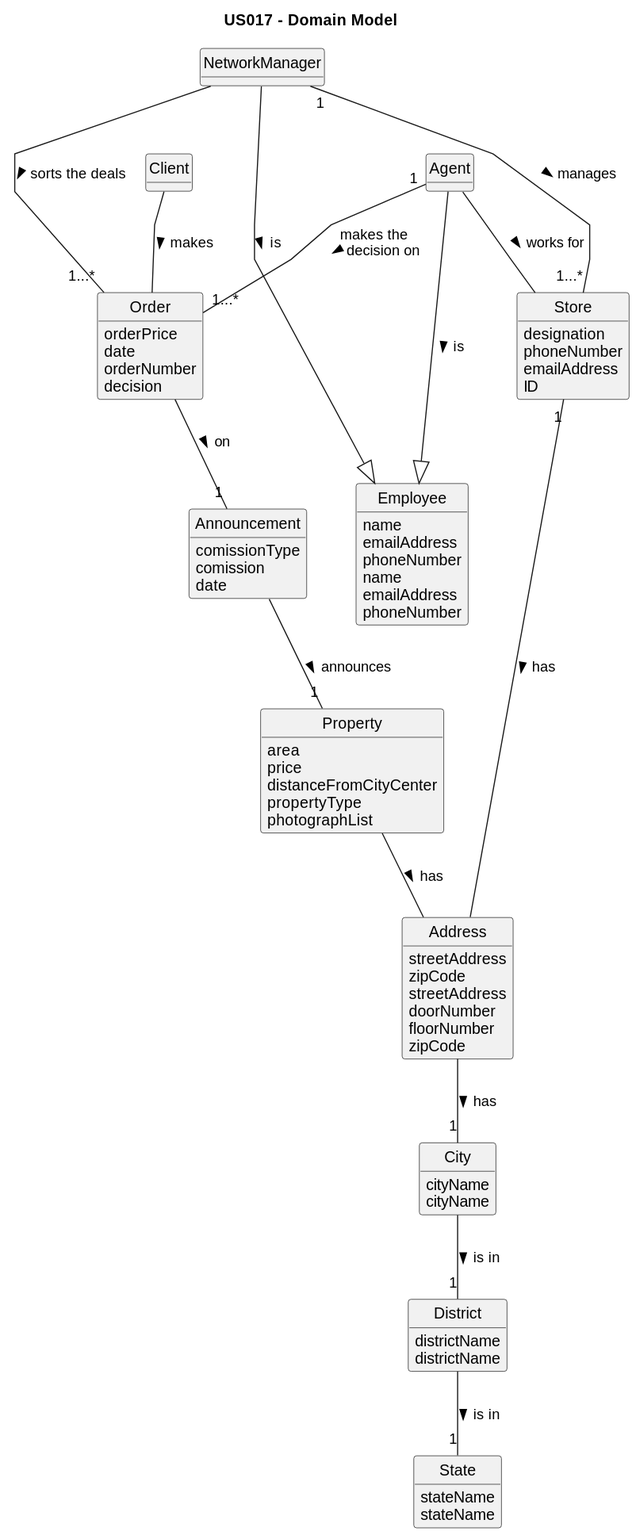
Earlier version of the PlantUML export docs/sprintD/us017/02.analysis/svg/us017-domain-model.svg (1220812/LAPR2). Its diagram source:
```plantuml
@startuml
skinparam monochrome true
skinparam packageStyle rectangle
skinparam shadowing false
skinparam linetype polyline


hide circle
hide methods

title US017 - Domain Model
class Address{
streetAddress
zipCode
}

class State{
stateName
}

class District{
districtName
}

class City{
cityName
}

class Agent{
}

class Employee{
name
emailAddress
phoneNumber
}

class Order{
orderPrice
date
orderNumber
decision
}

class Announcement{
comissionType
comission
date
}

class Client{
}

class Property{
area
price
distanceFromCityCenter
propertyType
photographList
}

class Store{
designation
phoneNumber
emailAddress
ID
}

class Address{
streetAddress
doorNumber
floorNumber
zipCode
}

class State{
stateName
}

class District{
districtName
}

class City{
cityName
}

class NetworkManager{
}

class Employee{
name
emailAddress
phoneNumber
}

Store "1" -- Address : has >
Address -- "1" City : has >
City -- "1" District : is in >
District -- "1" State : is in >
NetworkManager --- "1...*" Order : sorts the deals >
NetworkManager --|> Employee : is >
Agent ---|> Employee : is >
Agent "1" -- "1...*" Order : makes the \ndecision on  >
Agent -- Store : works for >
NetworkManager "1" --- "1...*" Store : manages >
Property -- Address : has >
Order -- "1" Announcement : on >
Announcement -- "1" Property : announces >
Client -- Order : makes >
@enduml
```
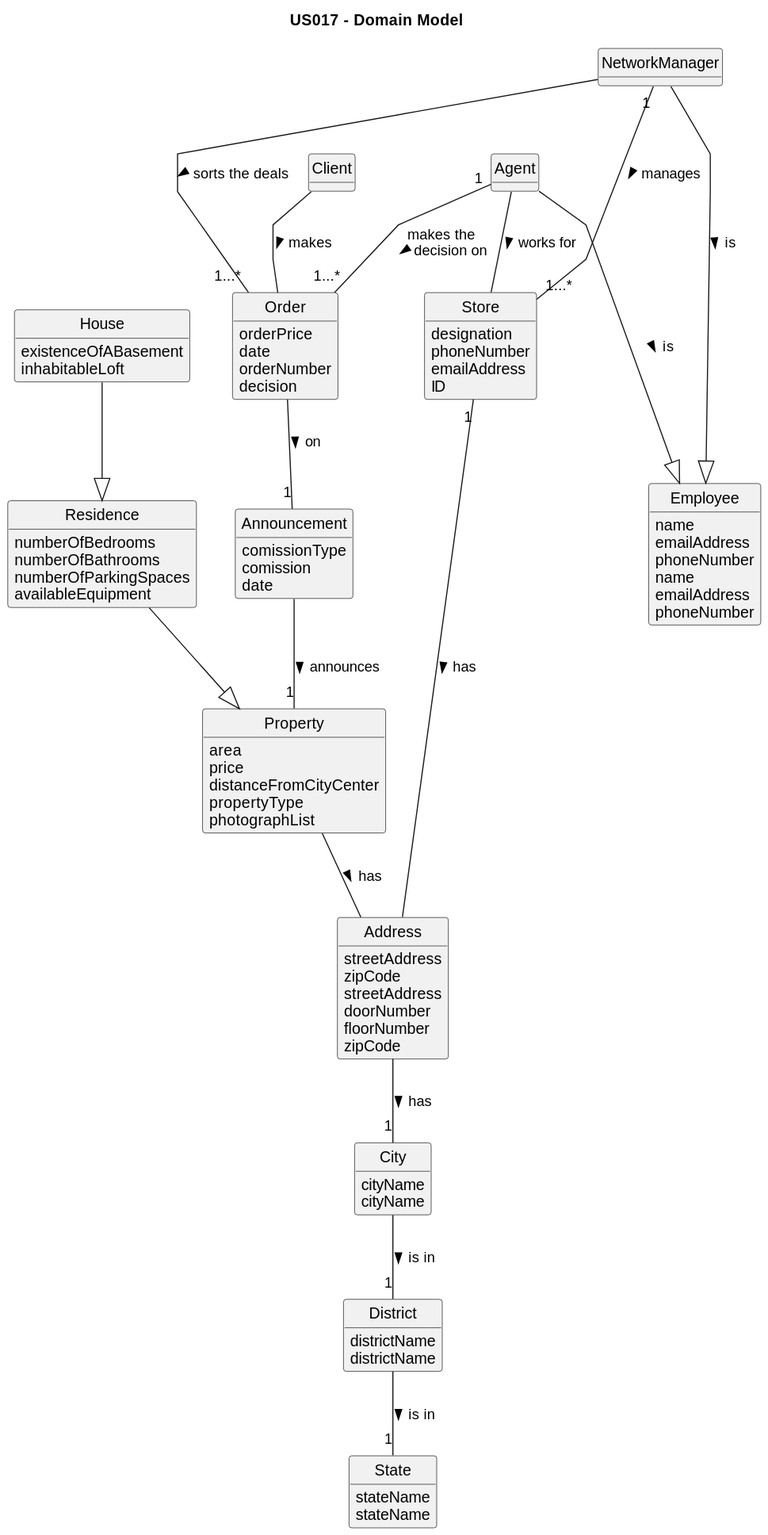
Later version of the same file.

The edit, as a diff of the source:
```diff
@@ -94,6 +94,18 @@
 phoneNumber
 }
 
+class Residence{
+numberOfBedrooms
+numberOfBathrooms
+numberOfParkingSpaces
+availableEquipment
+}
+
+class House{
+existenceOfABasement
+inhabitableLoft
+}
+
 Store "1" -- Address : has >
 Address -- "1" City : has >
 City -- "1" District : is in >
@@ -105,6 +117,8 @@
 Agent -- Store : works for >
 NetworkManager "1" --- "1...*" Store : manages >
 Property -- Address : has >
+Residence --|> Property
+House --|> Residence
 Order -- "1" Announcement : on >
 Announcement -- "1" Property : announces >
 Client -- Order : makes >
```
